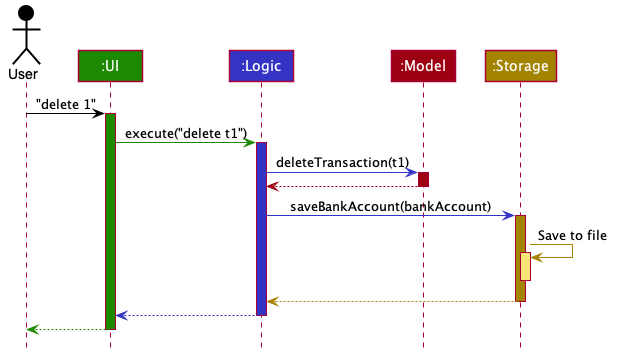
Above: docs/images/ArchitectureSequenceDiagram.png in nus-cs2103-AY1920S1/addressbook-level3 (PlantUML), before the change.
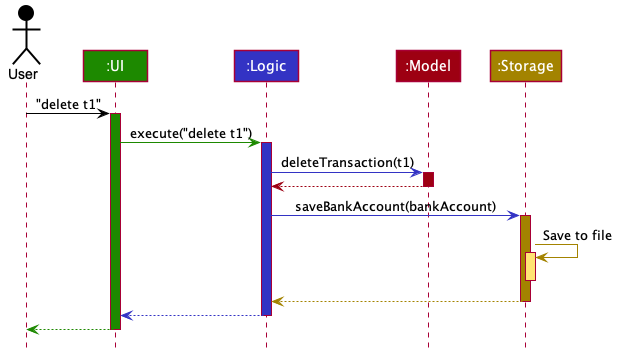
The same file after the commit.

Change to the diagram source:
```diff
@@ -54,7 +54,7 @@
 Participant ":Model" as model #9D0012
 Participant ":Storage" as storage #A38300
 
-user -[#000000]> ui : "delete 1"
+user -[#000000]> ui : "delete t1"
 activate ui #1D8900
 
 ui -[#1D8900]> logic : execute("delete t1")
```
